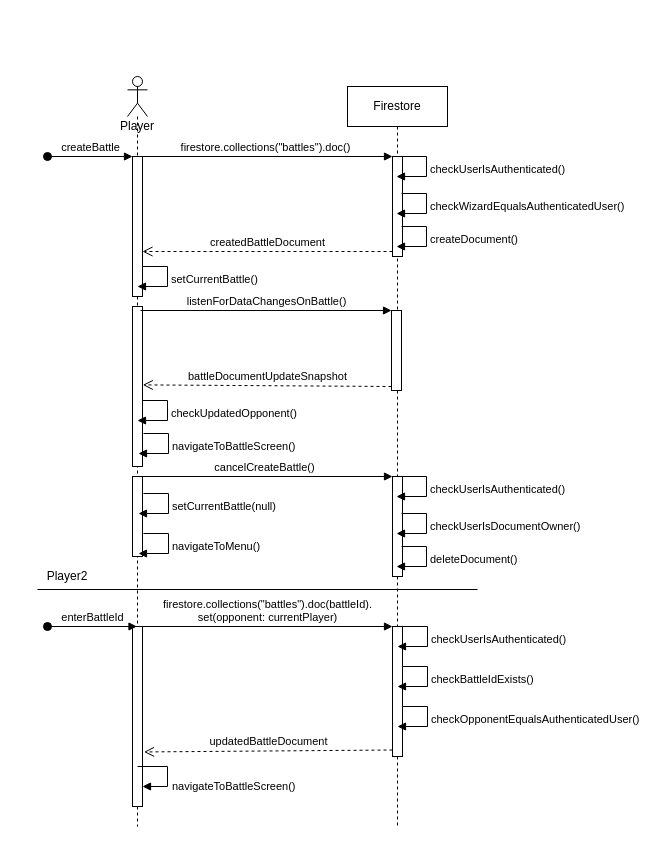
Earlier version of the draw.io diagram beardblaster_lobby_sequence.drawio (gullskatten/BPMN-models). Source tidied: cells renumbered, new cells numbered last; positions are measured from the earlier drawing's top-left corner, leaving out a move shared by most shapes. Both pictures are drawn from the tidied source at 100%, with x=0, y=0 at pixel (37, 76).
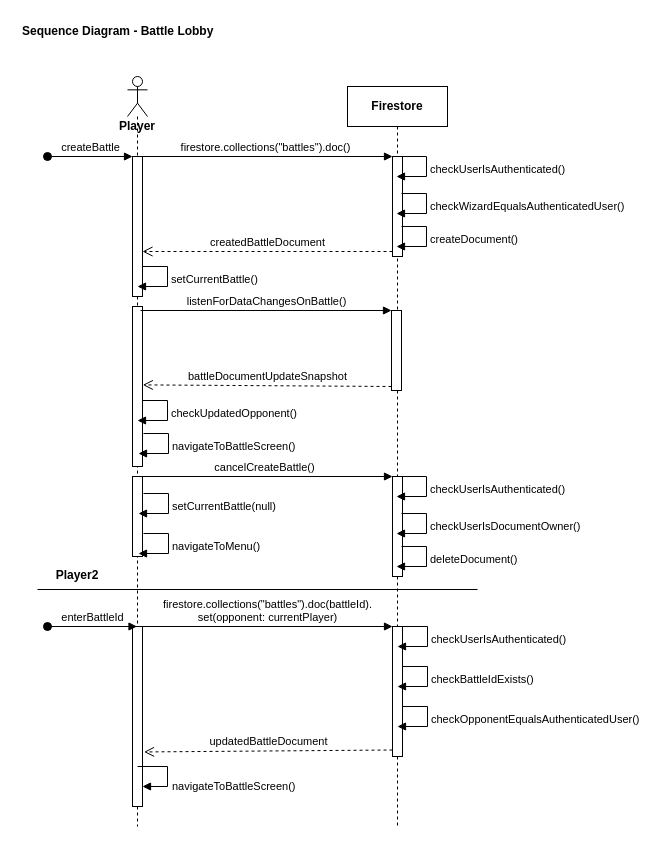
Above is the later version.

The edit, as a diff of the source:
```diff
@@
-    <mxCell id="2" value="Player" style="shape=umlLifeline;participant=umlActor;perimeter=lifelinePerimeter;whiteSpace=wrap;html=1;verticalAlign=top;spacingTop=36;outlineConnect=0;" parent="1" vertex="1">
+    <mxCell id="2" value="&lt;b&gt;Player&lt;/b&gt;" style="shape=umlLifeline;participant=umlActor;perimeter=lifelinePerimeter;whiteSpace=wrap;html=1;verticalAlign=top;spacingTop=36;outlineConnect=0;" parent="1" vertex="1">
       <mxGeometry x="90" width="20" height="750" as="geometry" />
     </mxCell>
@@
-    <mxCell id="8" value="Firestore" style="shape=umlLifeline;perimeter=lifelinePerimeter;whiteSpace=wrap;html=1;" parent="1" vertex="1">
+    <mxCell id="8" value="Firestore" style="shape=umlLifeline;perimeter=lifelinePerimeter;whiteSpace=wrap;html=1;fontStyle=1;" parent="1" vertex="1">
       <mxGeometry x="310" y="10" width="100" height="740" as="geometry" />
     </mxCell>
@@
-    <mxCell id="25" value="Player2" style="text;html=1;strokeColor=none;fillColor=none;align=center;verticalAlign=middle;whiteSpace=wrap;rounded=0;" parent="1" vertex="1">
-      <mxGeometry x="10" y="490" width="40" height="20" as="geometry" />
+    <mxCell id="25" value="Player2" style="text;html=1;strokeColor=none;fillColor=none;align=center;verticalAlign=middle;whiteSpace=wrap;rounded=0;fontStyle=1;" parent="1" vertex="1">
+      <mxGeometry x="-20" y="489" width="120" height="20" as="geometry" />
     </mxCell>
@@
+    <mxCell id="38" value="Sequence Diagram - Battle Lobby" style="text;align=left;fontStyle=1;verticalAlign=middle;spacingLeft=3;spacingRight=3;strokeColor=none;" parent="1" vertex="1">
+      <mxGeometry x="-20" y="-59" width="230" height="26" as="geometry" />
+    </mxCell>
```
